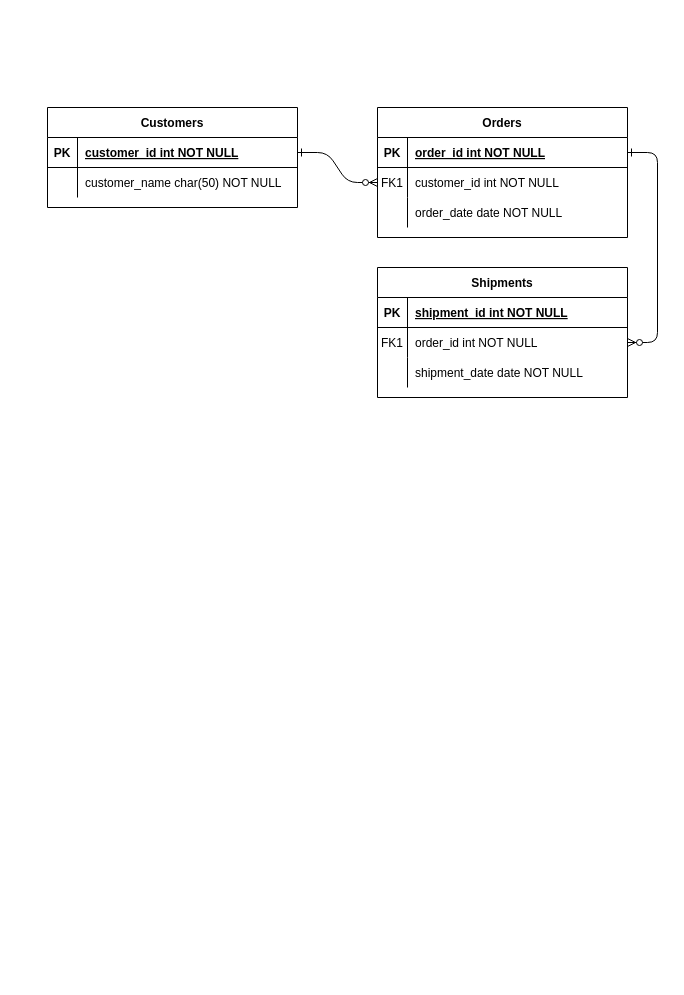
Above: WP.drawio in meshimul/NASA-Space-APP-Challanege-2019- (draw.io), before the change. Source tidied: cells renumbered, new cells numbered last; positions are measured from the earlier drawing's top-left corner, leaving out a move shared by most shapes. Both pictures are drawn from the tidied source at 100%, with x=0, y=0 at pixel (47, 107).
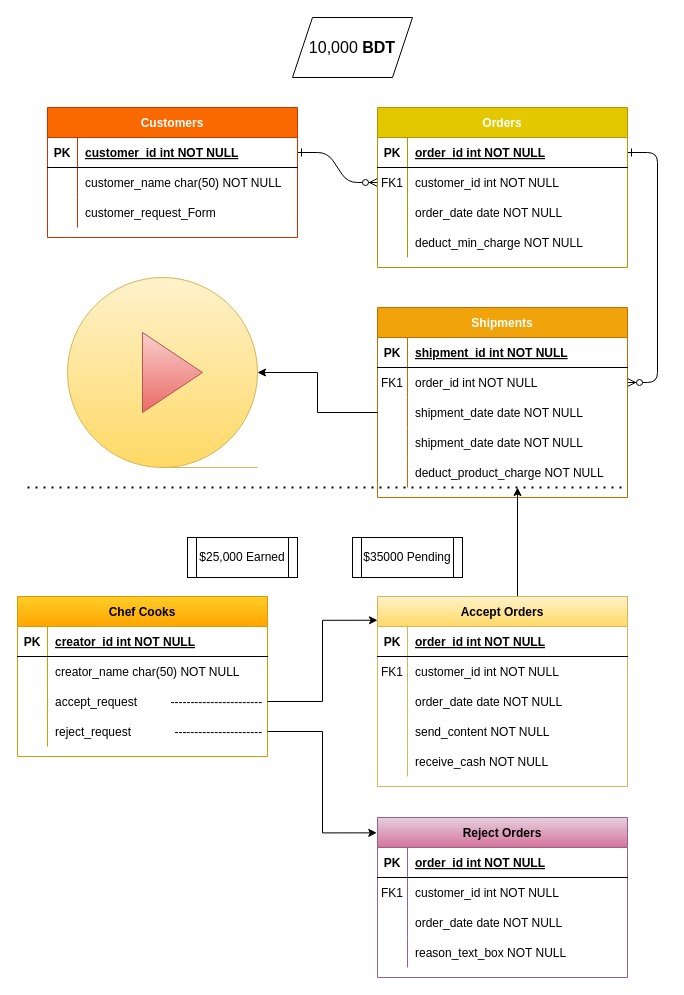
The same page after the edit.

What changed in the source:
```diff
@@
-    <mxCell id="4" value="Orders" style="shape=table;startSize=30;childLayout=tableLayout;rowLines=0;fontStyle=1;align=center;" parent="1" vertex="1">
-      <mxGeometry x="330" width="250" height="130" as="geometry" />
+    <mxCell id="4" value="Orders" style="shape=table;startSize=30;childLayout=tableLayout;rowLines=0;fontStyle=1;align=center;fillColor=#e3c800;strokeColor=#B09500;fontColor=#ffffff;" parent="1" vertex="1">
+      <mxGeometry x="330" width="250" height="160" as="geometry" />
     </mxCell>
@@
+    <mxCell id="31" style="shape=partialRectangle;fillColor=none;top=0;left=0;right=0;bottom=0;" parent="4" vertex="1">
+      <mxGeometry y="120" width="250" height="30" as="geometry" />
+    </mxCell>
+    <mxCell id="32" style="shape=partialRectangle;overflow=hidden;fillColor=none;top=0;left=0;bottom=0;right=0;" parent="31" vertex="1">
+      <mxGeometry width="30" height="30" as="geometry" />
+    </mxCell>
+    <mxCell id="33" value="deduct_min_charge NOT NULL" style="shape=partialRectangle;overflow=hidden;fillColor=none;top=0;left=0;bottom=0;right=0;align=left;spacingLeft=6;" parent="31" vertex="1">
+      <mxGeometry x="30" width="220" height="30" as="geometry" />
+    </mxCell>
+    <mxCell id="24" value="Customers" style="shape=table;startSize=30;childLayout=tableLayout;rowLines=0;fontStyle=1;align=center;fillColor=#fa6800;strokeColor=#C73500;fontColor=#ffffff;" parent="1" vertex="1">
+      <mxGeometry width="250" height="130" as="geometry" />
+    </mxCell>
+    <mxCell id="25" style="shape=partialRectangle;fillColor=none;points=[[0,0.5],[1,0.5]];portConstraint=eastwest;top=0;left=0;right=0;bottom=1;" parent="24" vertex="1">
+      <mxGeometry y="30" width="250" height="30" as="geometry" />
+    </mxCell>
+    <mxCell id="26" value="PK" style="shape=partialRectangle;overflow=hidden;fillColor=none;top=0;left=0;bottom=0;right=0;fontStyle=1;" parent="25" vertex="1">
+      <mxGeometry width="30" height="30" as="geometry" />
+    </mxCell>
+    <mxCell id="27" value="customer_id int NOT NULL " style="shape=partialRectangle;overflow=hidden;fillColor=none;top=0;left=0;bottom=0;right=0;align=left;spacingLeft=6;fontStyle=5;" parent="25" vertex="1">
+      <mxGeometry x="30" width="220" height="30" as="geometry" />
+    </mxCell>
+    <mxCell id="28" style="shape=partialRectangle;fillColor=none;top=0;left=0;right=0;bottom=0;" parent="24" vertex="1">
+      <mxGeometry y="60" width="250" height="30" as="geometry" />
+    </mxCell>
+    <mxCell id="29" style="shape=partialRectangle;overflow=hidden;fillColor=none;top=0;left=0;bottom=0;right=0;" parent="28" vertex="1">
+      <mxGeometry width="30" height="30" as="geometry" />
+    </mxCell>
+    <mxCell id="30" value="customer_name char(50) NOT NULL" style="shape=partialRectangle;overflow=hidden;fillColor=none;top=0;left=0;bottom=0;right=0;align=left;spacingLeft=6;" parent="28" vertex="1">
+      <mxGeometry x="30" width="220" height="30" as="geometry" />
+    </mxCell>
+    <mxCell id="34" style="shape=partialRectangle;fillColor=none;top=0;left=0;right=0;bottom=0;" parent="24" vertex="1">
+      <mxGeometry y="90" width="250" height="30" as="geometry" />
+    </mxCell>
+    <mxCell id="35" style="shape=partialRectangle;overflow=hidden;fillColor=none;top=0;left=0;bottom=0;right=0;" parent="34" vertex="1">
+      <mxGeometry width="30" height="30" as="geometry" />
+    </mxCell>
+    <mxCell id="36" value="customer_request_Form " style="shape=partialRectangle;overflow=hidden;fillColor=none;top=0;left=0;bottom=0;right=0;align=left;spacingLeft=6;" parent="34" vertex="1">
+      <mxGeometry x="30" width="220" height="30" as="geometry" />
+    </mxCell>
+    <mxCell id="37" value="&lt;font style=&quot;font-size: 16px&quot;&gt;10,000 &lt;b&gt;BDT&lt;/b&gt;&lt;/font&gt;" style="shape=parallelogram;perimeter=parallelogramPerimeter;whiteSpace=wrap;html=1;fixedSize=1;" parent="1" vertex="1">
+      <mxGeometry x="245" y="-90" width="120" height="60" as="geometry" />
+    </mxCell>
-    <mxCell id="14" value="Shipments" style="shape=table;startSize=30;childLayout=tableLayout;rowLines=0;fontStyle=1;align=center;" parent="1" vertex="1">
-      <mxGeometry x="330" y="160" width="250" height="130" as="geometry" />
+    <mxCell id="14" value="Shipments" style="shape=table;startSize=30;childLayout=tableLayout;rowLines=0;fontStyle=1;align=center;fillColor=#f0a30a;strokeColor=#BD7000;fontColor=#ffffff;" parent="1" vertex="1">
+      <mxGeometry x="330" y="200" width="250" height="190" as="geometry" />
     </mxCell>
@@
+    <mxCell id="38" style="shape=partialRectangle;fillColor=none;points=[[0,0.5],[1,0.5]];portConstraint=eastwest;top=0;left=0;right=0;bottom=0;" parent="14" vertex="1">
+      <mxGeometry y="90" width="250" height="30" as="geometry" />
+    </mxCell>
+    <mxCell id="39" style="shape=partialRectangle;overflow=hidden;fillColor=none;top=0;left=0;bottom=0;right=0;" parent="38" vertex="1">
+      <mxGeometry width="30" height="30" as="geometry" />
+    </mxCell>
+    <mxCell id="40" value="shipment_date date NOT NULL" style="shape=partialRectangle;overflow=hidden;fillColor=none;top=0;left=0;bottom=0;right=0;align=left;spacingLeft=6;" parent="38" vertex="1">
+      <mxGeometry x="30" width="220" height="30" as="geometry" />
+    </mxCell>
     <mxCell id="21" style="shape=partialRectangle;fillColor=none;top=0;left=0;right=0;bottom=0;" parent="14" vertex="1">
-      <mxGeometry y="90" width="250" height="30" as="geometry" />
+      <mxGeometry y="120" width="250" height="30" as="geometry" />
     </mxCell>
@@
-    <mxCell id="24" value="Customers" style="shape=table;startSize=30;childLayout=tableLayout;rowLines=0;fontStyle=1;align=center;" parent="1" vertex="1">
-      <mxGeometry width="250" height="100" as="geometry" />
-    </mxCell>
-    <mxCell id="25" style="shape=partialRectangle;fillColor=none;points=[[0,0.5],[1,0.5]];portConstraint=eastwest;top=0;left=0;right=0;bottom=1;" parent="24" vertex="1">
-      <mxGeometry y="30" width="250" height="30" as="geometry" />
-    </mxCell>
-    <mxCell id="26" value="PK" style="shape=partialRectangle;overflow=hidden;fillColor=none;top=0;left=0;bottom=0;right=0;fontStyle=1;" parent="25" vertex="1">
-      <mxGeometry width="30" height="30" as="geometry" />
-    </mxCell>
-    <mxCell id="27" value="customer_id int NOT NULL " style="shape=partialRectangle;overflow=hidden;fillColor=none;top=0;left=0;bottom=0;right=0;align=left;spacingLeft=6;fontStyle=5;" parent="25" vertex="1">
-      <mxGeometry x="30" width="220" height="30" as="geometry" />
-    </mxCell>
-    <mxCell id="28" style="shape=partialRectangle;fillColor=none;top=0;left=0;right=0;bottom=0;" parent="24" vertex="1">
-      <mxGeometry y="60" width="250" height="30" as="geometry" />
-    </mxCell>
-    <mxCell id="29" style="shape=partialRectangle;overflow=hidden;fillColor=none;top=0;left=0;bottom=0;right=0;" parent="28" vertex="1">
-      <mxGeometry width="30" height="30" as="geometry" />
-    </mxCell>
-    <mxCell id="30" value="customer_name char(50) NOT NULL" style="shape=partialRectangle;overflow=hidden;fillColor=none;top=0;left=0;bottom=0;right=0;align=left;spacingLeft=6;" parent="28" vertex="1">
-      <mxGeometry x="30" width="220" height="30" as="geometry" />
-    </mxCell>
+    <mxCell id="41" style="shape=partialRectangle;fillColor=none;points=[[0,0.5],[1,0.5]];portConstraint=eastwest;top=0;left=0;right=0;bottom=0;" parent="14" vertex="1">
+      <mxGeometry y="150" width="250" height="30" as="geometry" />
+    </mxCell>
+    <mxCell id="42" style="shape=partialRectangle;overflow=hidden;fillColor=none;top=0;left=0;bottom=0;right=0;" parent="41" vertex="1">
+      <mxGeometry width="30" height="30" as="geometry" />
+    </mxCell>
+    <mxCell id="43" value="deduct_product_charge NOT NULL" style="shape=partialRectangle;overflow=hidden;fillColor=none;top=0;left=0;bottom=0;right=0;align=left;spacingLeft=6;" parent="41" vertex="1">
+      <mxGeometry x="30" width="220" height="30" as="geometry" />
+    </mxCell>
+    <mxCell id="44" value="Chef Cooks" style="shape=table;startSize=30;childLayout=tableLayout;rowLines=0;fontStyle=1;align=center;fillColor=#ffcd28;strokeColor=#d79b00;gradientColor=#ffa500;" parent="1" vertex="1">
+      <mxGeometry x="-30" y="489" width="250" height="160" as="geometry" />
+    </mxCell>
+    <mxCell id="45" style="shape=partialRectangle;fillColor=none;top=0;left=0;right=0;bottom=1;" parent="44" vertex="1">
+      <mxGeometry y="30" width="250" height="30" as="geometry" />
+    </mxCell>
+    <mxCell id="46" value="PK" style="shape=partialRectangle;overflow=hidden;fillColor=none;top=0;left=0;bottom=0;right=0;fontStyle=1;" parent="45" vertex="1">
+      <mxGeometry width="30" height="30" as="geometry" />
+    </mxCell>
+    <mxCell id="47" value="creator_id int NOT NULL " style="shape=partialRectangle;overflow=hidden;fillColor=none;top=0;left=0;bottom=0;right=0;align=left;spacingLeft=6;fontStyle=5;" parent="45" vertex="1">
+      <mxGeometry x="30" width="220" height="30" as="geometry" />
+    </mxCell>
+    <mxCell id="48" style="shape=partialRectangle;fillColor=none;top=0;left=0;right=0;bottom=0;" parent="44" vertex="1">
+      <mxGeometry y="60" width="250" height="30" as="geometry" />
+    </mxCell>
+    <mxCell id="49" style="shape=partialRectangle;overflow=hidden;fillColor=none;top=0;left=0;bottom=0;right=0;" parent="48" vertex="1">
+      <mxGeometry width="30" height="30" as="geometry" />
+    </mxCell>
+    <mxCell id="50" value="creator_name char(50) NOT NULL" style="shape=partialRectangle;overflow=hidden;fillColor=none;top=0;left=0;bottom=0;right=0;align=left;spacingLeft=6;" parent="48" vertex="1">
+      <mxGeometry x="30" width="220" height="30" as="geometry" />
+    </mxCell>
+    <mxCell id="51" style="shape=partialRectangle;fillColor=none;points=[[0,0.5],[1,0.5]];portConstraint=eastwest;top=0;left=0;right=0;bottom=0;" parent="44" vertex="1">
+      <mxGeometry y="90" width="250" height="30" as="geometry" />
+    </mxCell>
+    <mxCell id="52" style="shape=partialRectangle;overflow=hidden;fillColor=none;top=0;left=0;bottom=0;right=0;" parent="51" vertex="1">
+      <mxGeometry width="30" height="30" as="geometry" />
+    </mxCell>
+    <mxCell id="53" value="accept_request          -----------------------" style="shape=partialRectangle;overflow=hidden;fillColor=none;top=0;left=0;bottom=0;right=0;align=left;spacingLeft=6;" parent="51" vertex="1">
+      <mxGeometry x="30" width="220" height="30" as="geometry" />
+    </mxCell>
+    <mxCell id="54" style="shape=partialRectangle;fillColor=none;points=[[0,0.5],[1,0.5]];portConstraint=eastwest;top=0;left=0;right=0;bottom=0;" parent="44" vertex="1">
+      <mxGeometry y="120" width="250" height="30" as="geometry" />
+    </mxCell>
+    <mxCell id="55" style="shape=partialRectangle;overflow=hidden;fillColor=none;top=0;left=0;bottom=0;right=0;" parent="54" vertex="1">
+      <mxGeometry width="30" height="30" as="geometry" />
+    </mxCell>
+    <mxCell id="56" value="reject_request             ----------------------" style="shape=partialRectangle;overflow=hidden;fillColor=none;top=0;left=0;bottom=0;right=0;align=left;spacingLeft=6;" parent="54" vertex="1">
+      <mxGeometry x="30" width="220" height="30" as="geometry" />
+    </mxCell>
+    <mxCell id="57" style="edgeStyle=orthogonalEdgeStyle;rounded=0;jettySize=auto;html=1;exitX=1;exitY=0;exitDx=0;exitDy=0;" parent="1" edge="1" source="58" target="41">
+      <mxGeometry relative="1" as="geometry">
+        <Array as="points">
+          <mxPoint x="470" y="489" />
+        </Array>
+      </mxGeometry>
+    </mxCell>
+    <mxCell id="58" value="Accept Orders" style="shape=table;startSize=30;childLayout=tableLayout;rowLines=0;fontStyle=1;align=center;fillColor=#fff2cc;strokeColor=#d6b656;gradientColor=#ffd966;" parent="1" vertex="1">
+      <mxGeometry x="330" y="489" width="250" height="190" as="geometry" />
+    </mxCell>
+    <mxCell id="59" style="shape=partialRectangle;fillColor=none;top=0;left=0;right=0;bottom=1;" parent="58" vertex="1">
+      <mxGeometry y="30" width="250" height="30" as="geometry" />
+    </mxCell>
+    <mxCell id="60" value="PK" style="shape=partialRectangle;overflow=hidden;fillColor=none;top=0;left=0;bottom=0;right=0;fontStyle=1;" parent="59" vertex="1">
+      <mxGeometry width="30" height="30" as="geometry" />
+    </mxCell>
+    <mxCell id="61" value="order_id int NOT NULL " style="shape=partialRectangle;overflow=hidden;fillColor=none;top=0;left=0;bottom=0;right=0;align=left;spacingLeft=6;fontStyle=5;" parent="59" vertex="1">
+      <mxGeometry x="30" width="220" height="30" as="geometry" />
+    </mxCell>
+    <mxCell id="62" style="shape=partialRectangle;fillColor=none;top=0;left=0;right=0;bottom=0;" parent="58" vertex="1">
+      <mxGeometry y="60" width="250" height="30" as="geometry" />
+    </mxCell>
+    <mxCell id="63" value="FK1" style="shape=partialRectangle;overflow=hidden;fillColor=none;top=0;left=0;bottom=0;right=0;" parent="62" vertex="1">
+      <mxGeometry width="30" height="30" as="geometry" />
+    </mxCell>
+    <mxCell id="64" value="customer_id int NOT NULL" style="shape=partialRectangle;overflow=hidden;fillColor=none;top=0;left=0;bottom=0;right=0;align=left;spacingLeft=6;" parent="62" vertex="1">
+      <mxGeometry x="30" width="220" height="30" as="geometry" />
+    </mxCell>
+    <mxCell id="65" style="shape=partialRectangle;fillColor=none;top=0;left=0;right=0;bottom=0;" parent="58" vertex="1">
+      <mxGeometry y="90" width="250" height="30" as="geometry" />
+    </mxCell>
+    <mxCell id="66" style="shape=partialRectangle;overflow=hidden;fillColor=none;top=0;left=0;bottom=0;right=0;" parent="65" vertex="1">
+      <mxGeometry width="30" height="30" as="geometry" />
+    </mxCell>
+    <mxCell id="67" value="order_date date NOT NULL" style="shape=partialRectangle;overflow=hidden;fillColor=none;top=0;left=0;bottom=0;right=0;align=left;spacingLeft=6;" parent="65" vertex="1">
+      <mxGeometry x="30" width="220" height="30" as="geometry" />
+    </mxCell>
+    <mxCell id="68" style="shape=partialRectangle;fillColor=none;top=0;left=0;right=0;bottom=0;" parent="58" vertex="1">
+      <mxGeometry y="120" width="250" height="30" as="geometry" />
+    </mxCell>
+    <mxCell id="69" style="shape=partialRectangle;overflow=hidden;fillColor=none;top=0;left=0;bottom=0;right=0;" parent="68" vertex="1">
+      <mxGeometry width="30" height="30" as="geometry" />
+    </mxCell>
+    <mxCell id="70" value="send_content NOT NULL" style="shape=partialRectangle;overflow=hidden;fillColor=none;top=0;left=0;bottom=0;right=0;align=left;spacingLeft=6;" parent="68" vertex="1">
+      <mxGeometry x="30" width="220" height="30" as="geometry" />
+    </mxCell>
+    <mxCell id="71" style="shape=partialRectangle;fillColor=none;top=0;left=0;right=0;bottom=0;" parent="58" vertex="1">
+      <mxGeometry y="150" width="250" height="30" as="geometry" />
+    </mxCell>
+    <mxCell id="72" style="shape=partialRectangle;overflow=hidden;fillColor=none;top=0;left=0;bottom=0;right=0;" parent="71" vertex="1">
+      <mxGeometry width="30" height="30" as="geometry" />
+    </mxCell>
+    <mxCell id="73" value="receive_cash NOT NULL" style="shape=partialRectangle;overflow=hidden;fillColor=none;top=0;left=0;bottom=0;right=0;align=left;spacingLeft=6;" parent="71" vertex="1">
+      <mxGeometry x="30" width="220" height="30" as="geometry" />
+    </mxCell>
+    <mxCell id="74" style="endArrow=none;dashed=1;html=1;dashPattern=1 3;strokeWidth=2;" parent="1" edge="1">
+      <mxGeometry relative="1" as="geometry">
+        <mxPoint x="-20" y="380" as="sourcePoint" />
+        <mxPoint x="580" y="380" as="targetPoint" />
+        <Array as="points">
+          <mxPoint x="220" y="380" />
+          <mxPoint x="400" y="380" />
+        </Array>
+      </mxGeometry>
+    </mxCell>
+    <mxCell id="75" style="edgeStyle=orthogonalEdgeStyle;rounded=0;jettySize=auto;html=1;entryX=0;entryY=0.125;entryDx=0;entryDy=0;entryPerimeter=0;" parent="1" edge="1" source="51" target="58">
+      <mxGeometry relative="1" as="geometry" />
+    </mxCell>
+    <mxCell id="76" value="$25,000 Earned" style="shape=process;whiteSpace=wrap;html=1;backgroundOutline=1;size=0.08333333333333333;" parent="1" vertex="1">
+      <mxGeometry x="140" y="430" width="110" height="40" as="geometry" />
+    </mxCell>
+    <mxCell id="77" value="$35000 Pending" style="shape=process;whiteSpace=wrap;html=1;backgroundOutline=1;size=0.08333333333333333;" parent="1" vertex="1">
+      <mxGeometry x="305" y="430" width="110" height="40" as="geometry" />
+    </mxCell>
+    <mxCell id="78" style="edgeStyle=orthogonalEdgeStyle;rounded=0;jettySize=auto;html=1;exitX=1;exitY=0.5;exitDx=0;exitDy=0;entryX=-0.003;entryY=0.096;entryDx=0;entryDy=0;entryPerimeter=0;" parent="1" edge="1" source="54" target="81">
+      <mxGeometry relative="1" as="geometry" />
+    </mxCell>
+    <mxCell id="79" style="shape=tapeData;whiteSpace=wrap;html=1;perimeter=ellipsePerimeter;gradientColor=#ffd966;fillColor=#fff2cc;strokeColor=#d6b656;" parent="1" vertex="1">
+      <mxGeometry x="20" y="170" width="190" height="190" as="geometry" />
+    </mxCell>
+    <mxCell id="80" style="triangle;whiteSpace=wrap;html=1;gradientColor=#ea6b66;fillColor=#f8cecc;strokeColor=#b85450;" parent="1" vertex="1">
+      <mxGeometry x="95" y="225" width="60" height="80" as="geometry" />
+    </mxCell>
+    <mxCell id="81" value="Reject Orders" style="shape=table;startSize=30;childLayout=tableLayout;rowLines=0;fontStyle=1;align=center;fillColor=#e6d0de;strokeColor=#996185;gradientColor=#d5739d;" parent="1" vertex="1">
+      <mxGeometry x="330" y="710" width="250" height="160" as="geometry" />
+    </mxCell>
+    <mxCell id="82" style="shape=partialRectangle;fillColor=none;top=0;left=0;right=0;bottom=1;" parent="81" vertex="1">
+      <mxGeometry y="30" width="250" height="30" as="geometry" />
+    </mxCell>
+    <mxCell id="83" value="PK" style="shape=partialRectangle;overflow=hidden;fillColor=none;top=0;left=0;bottom=0;right=0;fontStyle=1;" parent="82" vertex="1">
+      <mxGeometry width="30" height="30" as="geometry" />
+    </mxCell>
+    <mxCell id="84" value="order_id int NOT NULL " style="shape=partialRectangle;overflow=hidden;fillColor=none;top=0;left=0;bottom=0;right=0;align=left;spacingLeft=6;fontStyle=5;" parent="82" vertex="1">
+      <mxGeometry x="30" width="220" height="30" as="geometry" />
+    </mxCell>
+    <mxCell id="85" style="shape=partialRectangle;fillColor=none;top=0;left=0;right=0;bottom=0;" parent="81" vertex="1">
+      <mxGeometry y="60" width="250" height="30" as="geometry" />
+    </mxCell>
+    <mxCell id="86" value="FK1" style="shape=partialRectangle;overflow=hidden;fillColor=none;top=0;left=0;bottom=0;right=0;" parent="85" vertex="1">
+      <mxGeometry width="30" height="30" as="geometry" />
+    </mxCell>
+    <mxCell id="87" value="customer_id int NOT NULL" style="shape=partialRectangle;overflow=hidden;fillColor=none;top=0;left=0;bottom=0;right=0;align=left;spacingLeft=6;" parent="85" vertex="1">
+      <mxGeometry x="30" width="220" height="30" as="geometry" />
+    </mxCell>
+    <mxCell id="88" style="shape=partialRectangle;fillColor=none;top=0;left=0;right=0;bottom=0;" parent="81" vertex="1">
+      <mxGeometry y="90" width="250" height="30" as="geometry" />
+    </mxCell>
+    <mxCell id="89" style="shape=partialRectangle;overflow=hidden;fillColor=none;top=0;left=0;bottom=0;right=0;" parent="88" vertex="1">
+      <mxGeometry width="30" height="30" as="geometry" />
+    </mxCell>
+    <mxCell id="90" value="order_date date NOT NULL" style="shape=partialRectangle;overflow=hidden;fillColor=none;top=0;left=0;bottom=0;right=0;align=left;spacingLeft=6;" parent="88" vertex="1">
+      <mxGeometry x="30" width="220" height="30" as="geometry" />
+    </mxCell>
+    <mxCell id="91" style="shape=partialRectangle;fillColor=none;top=0;left=0;right=0;bottom=0;" parent="81" vertex="1">
+      <mxGeometry y="120" width="250" height="30" as="geometry" />
+    </mxCell>
+    <mxCell id="92" style="shape=partialRectangle;overflow=hidden;fillColor=none;top=0;left=0;bottom=0;right=0;" parent="91" vertex="1">
+      <mxGeometry width="30" height="30" as="geometry" />
+    </mxCell>
+    <mxCell id="93" value="reason_text_box NOT NULL" style="shape=partialRectangle;overflow=hidden;fillColor=none;top=0;left=0;bottom=0;right=0;align=left;spacingLeft=6;" parent="91" vertex="1">
+      <mxGeometry x="30" width="220" height="30" as="geometry" />
+    </mxCell>
+    <mxCell id="94" style="edgeStyle=orthogonalEdgeStyle;rounded=0;jettySize=auto;html=1;exitX=0;exitY=0.5;exitDx=0;exitDy=0;" parent="1" edge="1" source="38" target="79">
+      <mxGeometry relative="1" as="geometry" />
+    </mxCell>
```
